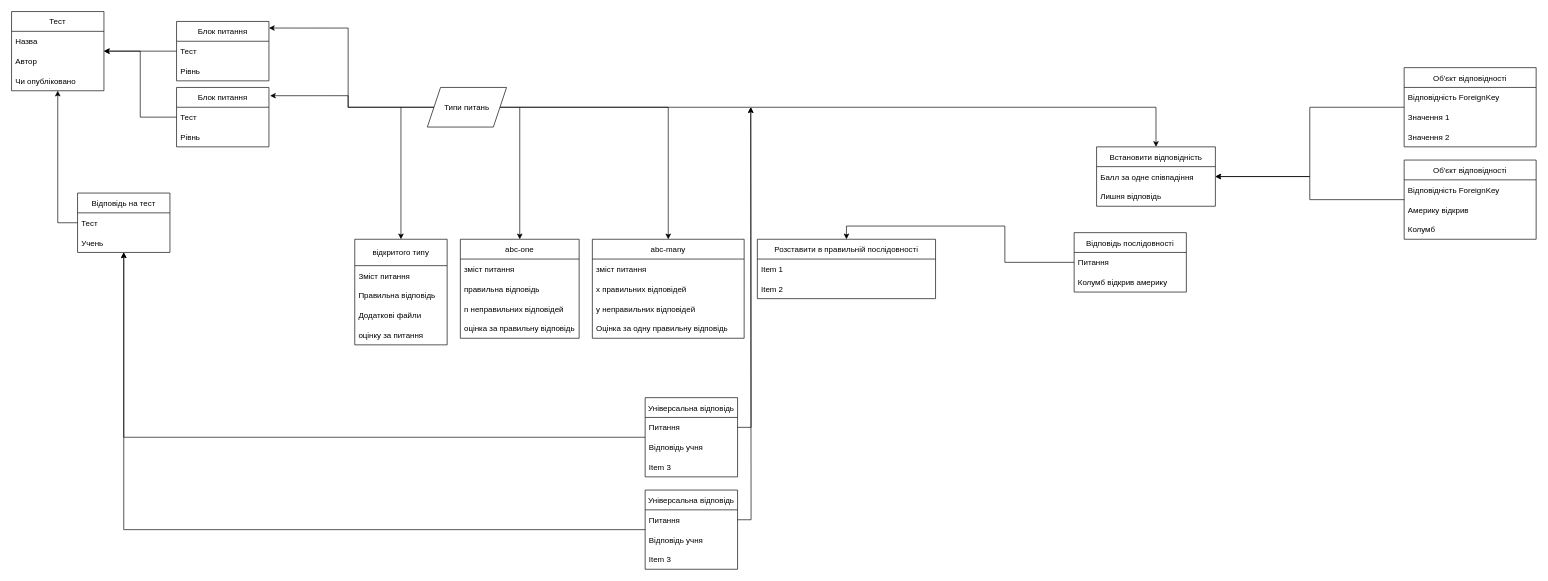
This is rework.drawio from Writer-mng/database_scheme, a draw.io file, before an edit. Source tidied: cells renumbered, new cells numbered last; positions are measured from the earlier drawing's top-left corner, leaving out a move shared by most shapes. Both pictures are drawn from the tidied source at 66%, with x=0, y=0 at pixel (11, 11).
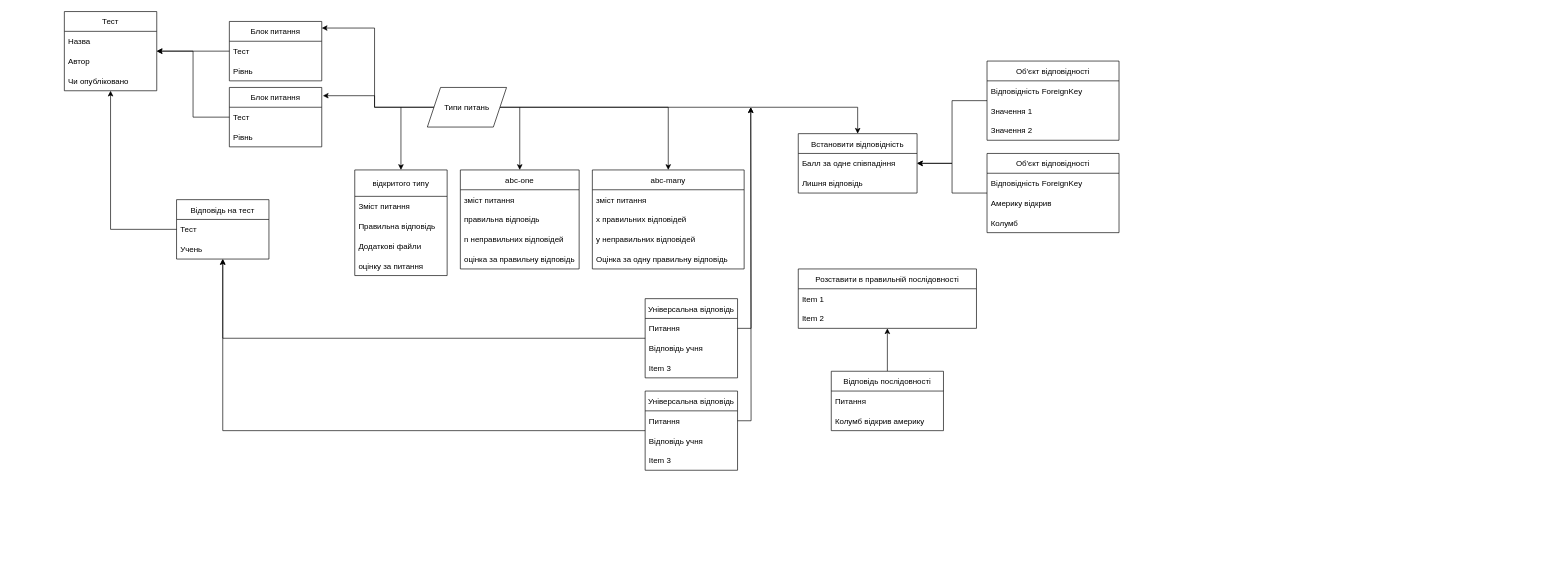
The same diagram, later.

The change refers to these unchanged cells:
```xml
<mxCell id="41" value="Питання" style="text;strokeColor=none;fillColor=none;align=left;verticalAlign=middle;spacingLeft=4;spacingRight=4;overflow=hidden;points=[[0,0.5],[1,0.5]];portConstraint=eastwest;" parent="40" vertex="1">
  <mxGeometry y="30" width="170" height="30" as="geometry" />
</mxCell>
```

What changed in the source:
```diff
@@
     <mxCell id="2" value="відкритого типу" style="swimlane;fontStyle=0;horizontal=1;startSize=40;" parent="1" vertex="1">
-      <mxGeometry x="520" y="345" width="140" height="160" as="geometry" />
+      <mxGeometry x="520" y="240" width="140" height="160" as="geometry" />
     </mxCell>
@@
     <mxCell id="13" value="abc-one" style="swimlane;fontStyle=0;horizontal=1;startSize=30;" parent="1" vertex="1">
-      <mxGeometry x="680" y="345" width="180" height="150" as="geometry" />
+      <mxGeometry x="680" y="240" width="180" height="150" as="geometry" />
     </mxCell>
@@
     <mxCell id="19" value="abc-many" style="swimlane;fontStyle=0;horizontal=1;startSize=30;" parent="1" vertex="1">
-      <mxGeometry x="880" y="345" width="230" height="150" as="geometry" />
+      <mxGeometry x="880" y="240" width="230" height="150" as="geometry" />
     </mxCell>
@@
     <mxCell id="24" value="Встановити відповідність" style="swimlane;fontStyle=0;horizontal=1;startSize=30;" parent="1" vertex="1">
-      <mxGeometry x="1644" y="205" width="180" height="90" as="geometry" />
+      <mxGeometry x="1192" y="185" width="180" height="90" as="geometry" />
     </mxCell>
@@
     <mxCell id="28" value="Об'єкт відповідності" style="swimlane;fontStyle=0;horizontal=1;startSize=30;" parent="1" vertex="1">
-      <mxGeometry x="2110" y="225" width="200" height="120" as="geometry" />
+      <mxGeometry x="1478" y="215" width="200" height="120" as="geometry" />
     </mxCell>
@@
     <mxCell id="33" value="Об'єкт відповідності" style="swimlane;fontStyle=0;horizontal=1;startSize=30;" parent="1" vertex="1">
-      <mxGeometry x="2110" y="85" width="200" height="120" as="geometry" />
+      <mxGeometry x="1478" y="75" width="200" height="120" as="geometry" />
     </mxCell>
@@
     <mxCell id="37" value="Розставити в правильній послідовності" style="swimlane;fontStyle=0;horizontal=1;startSize=30;" parent="1" vertex="1">
-      <mxGeometry x="1130" y="345" width="270" height="90" as="geometry" />
+      <mxGeometry x="1192" y="390" width="270" height="90" as="geometry" />
     </mxCell>
@@
+    <mxCell id="72" style="edgeStyle=orthogonalEdgeStyle;curved=0;rounded=1;sketch=0;jettySize=auto;html=1;" parent="1" edge="1" source="40" target="37">
+      <mxGeometry relative="1" as="geometry" />
+    </mxCell>
     <mxCell id="40" value="Відповідь послідовності" style="swimlane;fontStyle=0;horizontal=1;startSize=30;" parent="1" vertex="1">
-      <mxGeometry x="1610" y="335" width="170" height="90" as="geometry" />
+      <mxGeometry x="1242" y="545" width="170" height="90" as="geometry" />
     </mxCell>
@@
-    <mxCell id="43" style="edgeStyle=orthogonalEdgeStyle;rounded=0;jettySize=auto;html=1;entryX=0.5;entryY=0;entryDx=0;entryDy=0;" parent="1" edge="1" source="41" target="37">
-      <mxGeometry relative="1" as="geometry" />
-    </mxCell>
     <mxCell id="44" value="Тест" style="swimlane;fontStyle=0;horizontal=1;startSize=30;" parent="1" vertex="1">
-      <mxGeometry width="140" height="120" as="geometry" />
+      <mxGeometry x="80" width="140" height="120" as="geometry" />
     </mxCell>
@@
     <mxCell id="49" value="Блок питання" style="swimlane;fontStyle=0;horizontal=1;startSize=30;" parent="1" vertex="1">
-      <mxGeometry x="250" y="15" width="140" height="90" as="geometry" />
+      <mxGeometry x="330" y="15" width="140" height="90" as="geometry" />
     </mxCell>
@@
     <mxCell id="53" value="Блок питання" style="swimlane;fontStyle=0;horizontal=1;startSize=30;" parent="1" vertex="1">
-      <mxGeometry x="250" y="115" width="140" height="90" as="geometry" />
+      <mxGeometry x="330" y="115" width="140" height="90" as="geometry" />
     </mxCell>
@@
     <mxCell id="56" value="Відповідь на тест" style="swimlane;fontStyle=0;horizontal=1;startSize=30;" parent="1" vertex="1">
-      <mxGeometry x="100" y="275" width="140" height="90" as="geometry" />
+      <mxGeometry x="250" y="285" width="140" height="90" as="geometry" />
     </mxCell>
@@
     <mxCell id="60" value="Універсальна відповідь" style="swimlane;fontStyle=0;horizontal=1;startSize=30;" parent="1" vertex="1">
-      <mxGeometry x="960" y="585" width="140" height="120" as="geometry" />
+      <mxGeometry x="960" y="435" width="140" height="120" as="geometry" />
     </mxCell>
@@
     <mxCell id="67" value="Універсальна відповідь" style="swimlane;fontStyle=0;horizontal=1;startSize=30;" parent="1" vertex="1">
-      <mxGeometry x="960" y="725" width="140" height="120" as="geometry" />
+      <mxGeometry x="960" y="575" width="140" height="120" as="geometry" />
     </mxCell>
```
